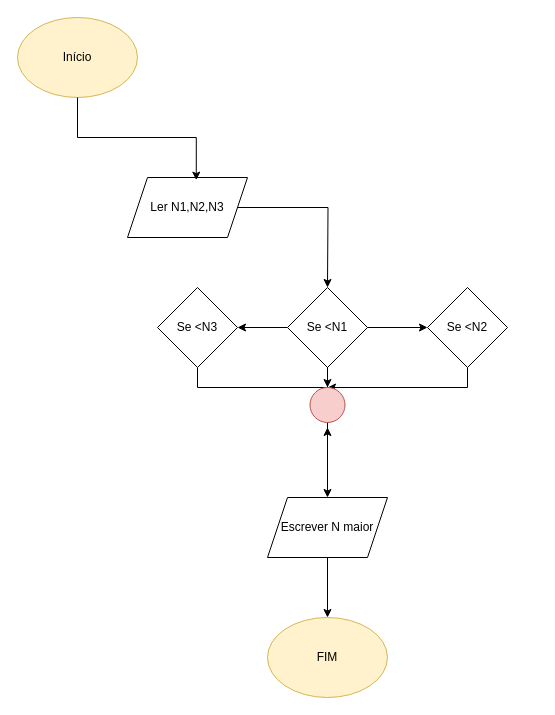
Above: Untitled Diagram.drawio in Rato0101/Fluxogramas (draw.io), before the change. Source tidied: cells renumbered, new cells numbered last; positions are measured from the earlier drawing's top-left corner, leaving out a move shared by most shapes. Both pictures are drawn from the tidied source at 100%, with x=0, y=0 at pixel (17, 17).
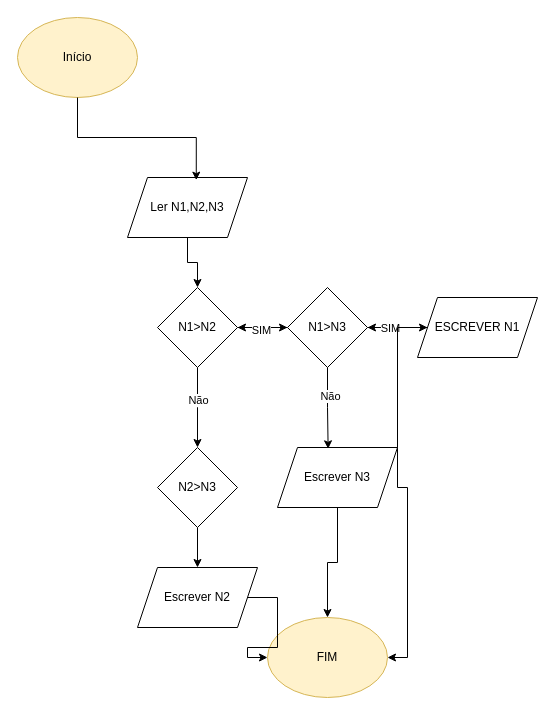
The same diagram, later.

Unchanged cells that the change refers to:
```xml
<mxCell id="2" value="FIM" style="ellipse;whiteSpace=wrap;html=1;shapeInside=1;fillColor=#fff2cc;strokeColor=#d6b656;" parent="1" vertex="1">
  <mxGeometry x="250" y="600" width="120" height="80" as="geometry" />
</mxCell>
<mxCell id="5" value="Ler N1,N2,N3" style="shape=parallelogram;perimeter=parallelogramPerimeter;whiteSpace=wrap;html=1;shapeInside=1;fixedSize=1;" parent="1" vertex="1">
  <mxGeometry x="110" y="160" width="120" height="60" as="geometry" />
</mxCell>
```

What changed in the source:
```diff
@@
-    <mxCell id="4" style="edgeStyle=orthogonalEdgeStyle;rounded=0;jettySize=auto;html=1;entryX=0.5;entryY=0;entryDx=0;entryDy=0;" parent="1" edge="1" source="5">
-      <mxGeometry relative="1" as="geometry">
-        <mxPoint x="310" y="270" as="targetPoint" />
-      </mxGeometry>
+    <mxCell id="4" style="edgeStyle=orthogonalEdgeStyle;rounded=0;jettySize=auto;html=1;entryX=0.5;entryY=0;entryDx=0;entryDy=0;" parent="1" edge="1" source="5" target="14">
+      <mxGeometry relative="1" as="geometry" />
     </mxCell>
@@
-    <mxCell id="8" style="edgeStyle=orthogonalEdgeStyle;rounded=0;jettySize=auto;html=1;" parent="1" edge="1" source="10" target="12">
-      <mxGeometry relative="1" as="geometry" />
+    <mxCell id="8" style="edgeStyle=orthogonalEdgeStyle;rounded=0;jettySize=auto;html=1;" parent="1" edge="1" source="10">
+      <mxGeometry relative="1" as="geometry">
+        <mxPoint x="410" y="310" as="targetPoint" />
+      </mxGeometry>
     </mxCell>
-    <mxCell id="9" style="edgeStyle=orthogonalEdgeStyle;rounded=0;jettySize=auto;html=1;" parent="1" edge="1" source="19">
-      <mxGeometry relative="1" as="geometry">
-        <mxPoint x="310" y="410" as="targetPoint" />
-      </mxGeometry>
-    </mxCell>
-    <mxCell id="10" value="Se &amp;lt;N1" style="rhombus;whiteSpace=wrap;html=1;shapeInside=1;" parent="1" vertex="1">
+    <mxCell id="10" value="N1&amp;gt;N3" style="rhombus;whiteSpace=wrap;html=1;shapeInside=1;" parent="1" vertex="1">
       <mxGeometry x="270" y="270" width="80" height="80" as="geometry" />
     </mxCell>
-    <mxCell id="11" style="edgeStyle=orthogonalEdgeStyle;rounded=0;jettySize=auto;html=1;" parent="1" edge="1" source="12">
-      <mxGeometry relative="1" as="geometry">
-        <mxPoint x="310" y="370" as="targetPoint" />
-        <Array as="points">
-          <mxPoint x="450" y="370" />
-        </Array>
-      </mxGeometry>
-    </mxCell>
-    <mxCell id="12" value="Se &amp;lt;N2" style="rhombus;whiteSpace=wrap;html=1;shapeInside=1;" parent="1" vertex="1">
-      <mxGeometry x="410" y="270" width="80" height="80" as="geometry" />
-    </mxCell>
-    <mxCell id="13" style="edgeStyle=orthogonalEdgeStyle;rounded=0;jettySize=auto;html=1;" parent="1" edge="1" source="14">
-      <mxGeometry relative="1" as="geometry">
-        <mxPoint x="310" y="390" as="targetPoint" />
-        <Array as="points">
-          <mxPoint x="180" y="370" />
-          <mxPoint x="310" y="370" />
-        </Array>
-      </mxGeometry>
-    </mxCell>
+    <mxCell id="20" style="edgeStyle=orthogonalEdgeStyle;rounded=0;jettySize=auto;html=1;" parent="1" edge="1" source="14" target="10">
+      <mxGeometry relative="1" as="geometry" />
+    </mxCell>
+    <mxCell id="21" value="SIM" style="edgeLabel;html=1;align=center;verticalAlign=middle;" parent="20" vertex="1">
+      <mxGeometry x="-0.08" y="-2" relative="1" as="geometry" />
+    </mxCell>
+    <mxCell id="22" style="edgeStyle=orthogonalEdgeStyle;rounded=0;jettySize=auto;html=1;entryX=0.5;entryY=0;entryDx=0;entryDy=0;" parent="1" edge="1" source="14">
+      <mxGeometry relative="1" as="geometry">
+        <mxPoint x="180" y="430" as="targetPoint" />
+      </mxGeometry>
+    </mxCell>
+    <mxCell id="23" value="Não" style="edgeLabel;html=1;align=center;verticalAlign=middle;" parent="22" vertex="1">
+      <mxGeometry x="-0.2" relative="1" as="geometry" />
+    </mxCell>
-    <mxCell id="14" value="Se &amp;lt;N3" style="rhombus;whiteSpace=wrap;html=1;shapeInside=1;" parent="1" vertex="1">
+    <mxCell id="14" value="N1&amp;gt;N2" style="rhombus;whiteSpace=wrap;html=1;shapeInside=1;" parent="1" vertex="1">
       <mxGeometry x="140" y="270" width="80" height="80" as="geometry" />
     </mxCell>
-    <mxCell id="15" style="edgeStyle=orthogonalEdgeStyle;rounded=0;jettySize=auto;html=1;" parent="1" edge="1" source="16" target="2">
-      <mxGeometry relative="1" as="geometry" />
-    </mxCell>
-    <mxCell id="16" value="Escrever N maior" style="shape=parallelogram;perimeter=parallelogramPerimeter;whiteSpace=wrap;html=1;shapeInside=1;fixedSize=1;" parent="1" vertex="1">
-      <mxGeometry x="250" y="480" width="120" height="60" as="geometry" />
-    </mxCell>
-    <mxCell id="17" style="edgeStyle=orthogonalEdgeStyle;rounded=0;jettySize=auto;html=1;" parent="1" edge="1" source="10" target="19">
-      <mxGeometry relative="1" as="geometry" />
-    </mxCell>
-    <mxCell id="18" style="edgeStyle=orthogonalEdgeStyle;rounded=0;jettySize=auto;html=1;" parent="1" edge="1" source="19" target="16">
-      <mxGeometry relative="1" as="geometry" />
-    </mxCell>
-    <mxCell id="19" style="ellipse;whiteSpace=wrap;html=1;shapeInside=1;fillColor=#f8cecc;strokeColor=#b85450;" parent="1" vertex="1">
-      <mxGeometry x="292.5" y="370" width="35" height="35" as="geometry" />
-    </mxCell>
+    <mxCell id="24" style="edgeStyle=orthogonalEdgeStyle;rounded=0;jettySize=auto;html=1;" parent="1" edge="1" source="27" target="10">
+      <mxGeometry relative="1" as="geometry" />
+    </mxCell>
+    <mxCell id="25" value="SIM" style="edgeLabel;html=1;align=center;verticalAlign=middle;" parent="24" vertex="1">
+      <mxGeometry x="0.27" relative="1" as="geometry" />
+    </mxCell>
+    <mxCell id="26" style="edgeStyle=orthogonalEdgeStyle;rounded=0;jettySize=auto;html=1;entryX=1;entryY=0.5;entryDx=0;entryDy=0;" parent="1" edge="1" source="27" target="2">
+      <mxGeometry relative="1" as="geometry" />
+    </mxCell>
+    <mxCell id="27" value="ESCREVER N1" style="shape=parallelogram;perimeter=parallelogramPerimeter;whiteSpace=wrap;html=1;shapeInside=1;fixedSize=1;" parent="1" vertex="1">
+      <mxGeometry x="400" y="280" width="120" height="60" as="geometry" />
+    </mxCell>
+    <mxCell id="28" style="edgeStyle=orthogonalEdgeStyle;rounded=0;jettySize=auto;html=1;" parent="1" edge="1" source="29" target="2">
+      <mxGeometry relative="1" as="geometry" />
+    </mxCell>
+    <mxCell id="29" value="Escrever N3" style="shape=parallelogram;perimeter=parallelogramPerimeter;whiteSpace=wrap;html=1;shapeInside=1;fixedSize=1;" parent="1" vertex="1">
+      <mxGeometry x="260" y="430" width="120" height="60" as="geometry" />
+    </mxCell>
+    <mxCell id="30" style="edgeStyle=orthogonalEdgeStyle;rounded=0;jettySize=auto;html=1;entryX=0.422;entryY=0.022;entryDx=0;entryDy=0;entryPerimeter=0;" parent="1" edge="1" source="10" target="29">
+      <mxGeometry relative="1" as="geometry" />
+    </mxCell>
+    <mxCell id="31" value="Não" style="edgeLabel;html=1;align=center;verticalAlign=middle;" parent="30" vertex="1">
+      <mxGeometry x="-0.32" y="2" relative="1" as="geometry" />
+    </mxCell>
+    <mxCell id="32" style="edgeStyle=orthogonalEdgeStyle;rounded=0;jettySize=auto;html=1;" parent="1" edge="1" source="33" target="35">
+      <mxGeometry relative="1" as="geometry" />
+    </mxCell>
+    <mxCell id="33" value="N2&amp;gt;N3" style="rhombus;whiteSpace=wrap;html=1;shapeInside=1;" parent="1" vertex="1">
+      <mxGeometry x="140" y="430" width="80" height="80" as="geometry" />
+    </mxCell>
+    <mxCell id="34" style="edgeStyle=orthogonalEdgeStyle;rounded=0;jettySize=auto;html=1;entryX=0;entryY=0.5;entryDx=0;entryDy=0;" parent="1" edge="1" source="35" target="2">
+      <mxGeometry relative="1" as="geometry" />
+    </mxCell>
+    <mxCell id="35" value="Escrever N2" style="shape=parallelogram;perimeter=parallelogramPerimeter;whiteSpace=wrap;html=1;shapeInside=1;fixedSize=1;" parent="1" vertex="1">
+      <mxGeometry x="120" y="550" width="120" height="60" as="geometry" />
+    </mxCell>
```
